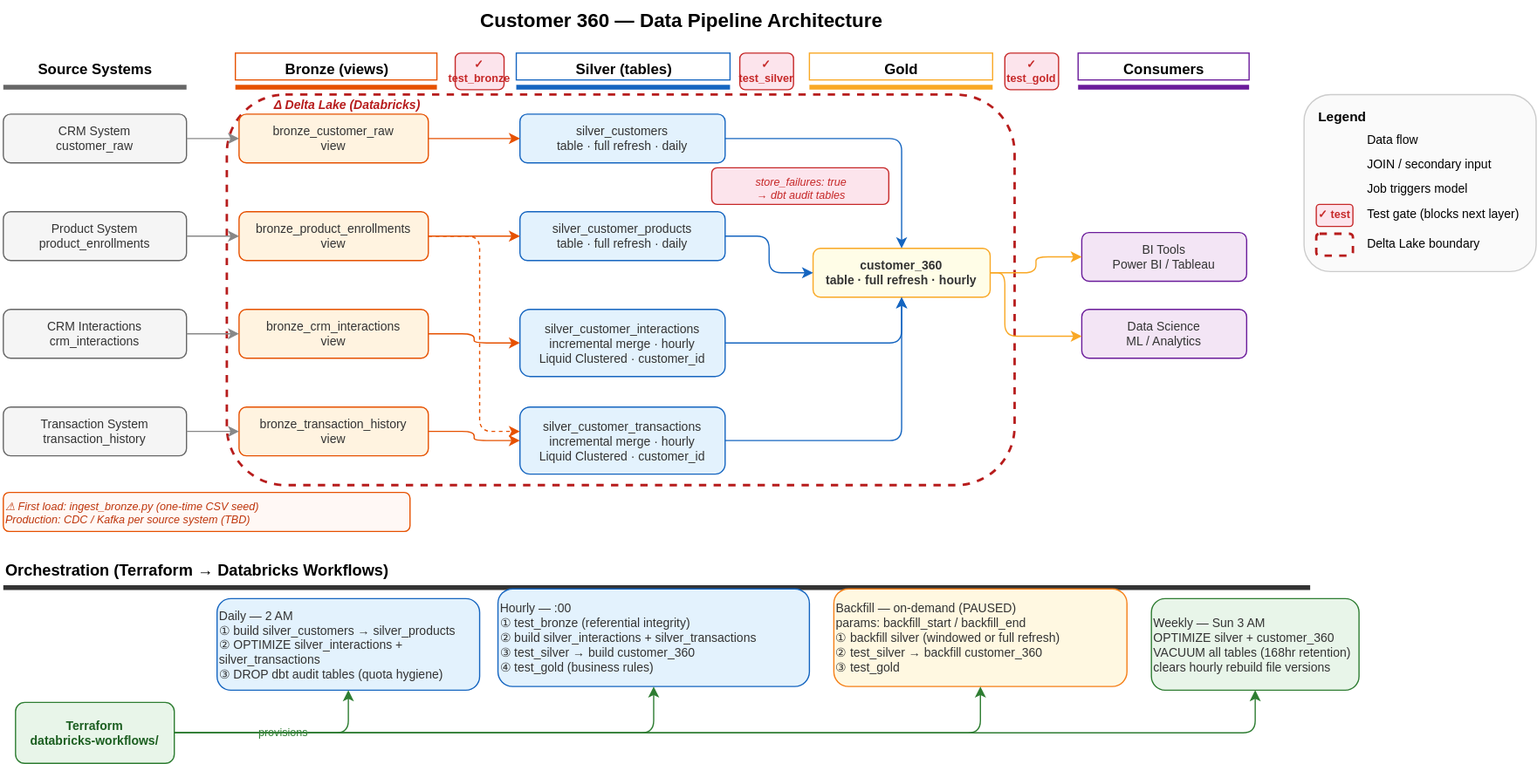
thanhbui221/tymex keeps this draw.io diagram as docs/architecture.svg. Above is the earlier version. Source tidied: cells renumbered, new cells last; positions are measured from the earlier drawing's top-left corner, leaving out a move shared by most shapes.
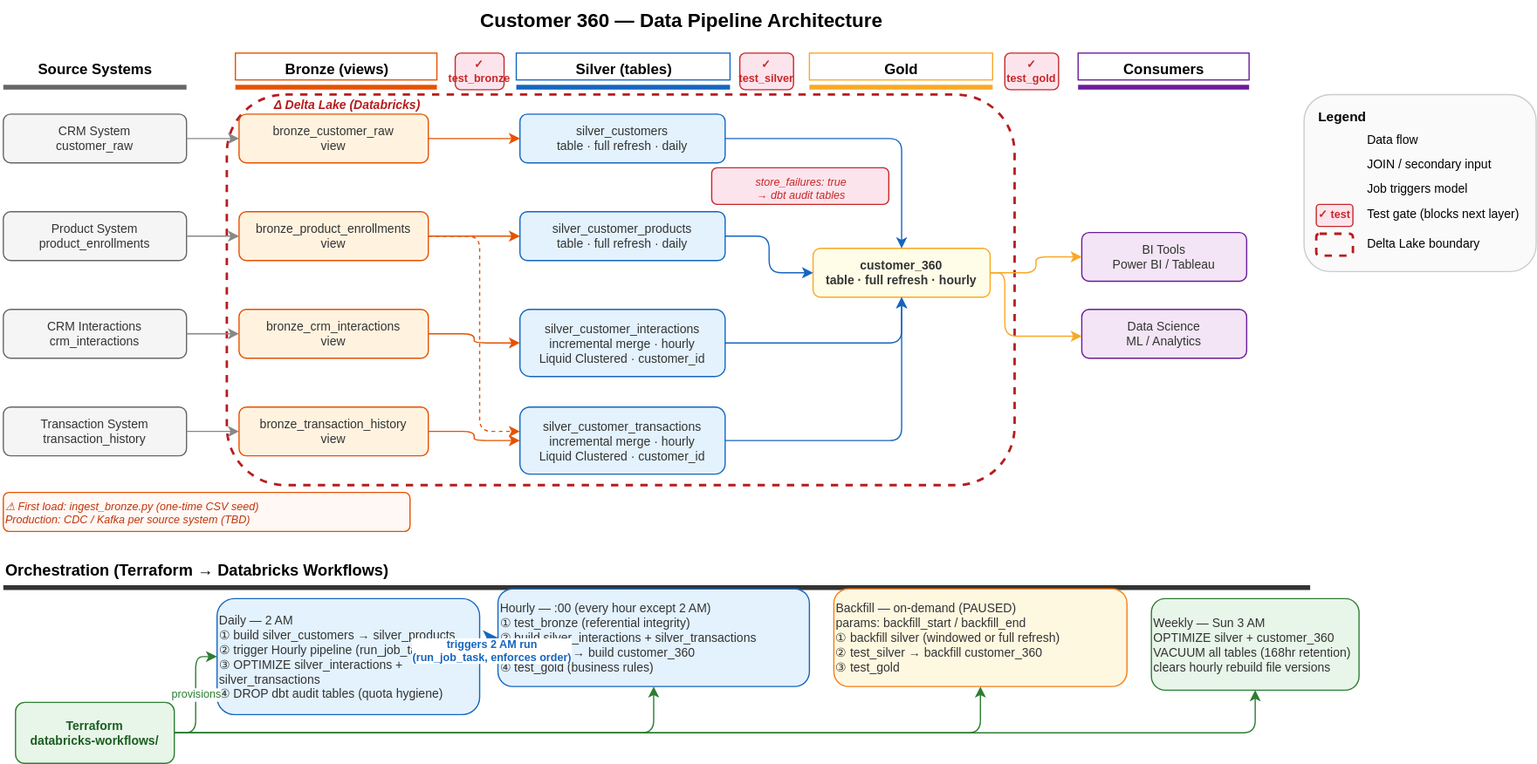
The same diagram one commit later.

What changed in the source:
```diff
@@ -165,10 +165,10 @@
     <mxCell id="52" value="Terraform&#10;databricks-workflows/" style="rounded=1;whiteSpace=wrap;html=1;fillColor=#e8f5e9;strokeColor=#2e7d32;fontColor=#1b5e20;fontStyle=1;fontSize=10;" parent="1" vertex="1">
       <mxGeometry x="10" y="575" width="130" height="50" as="geometry" />
     </mxCell>
-    <mxCell id="53" value="Daily — 2 AM&#10;① build silver_customers → silver_products&#10;② OPTIMIZE silver_interactions + silver_transactions&#10;③ DROP dbt audit tables (quota hygiene)" style="rounded=1;whiteSpace=wrap;html=1;fillColor=#e3f2fd;strokeColor=#1565c0;fontColor=#333333;fontSize=10;align=left;" parent="1" vertex="1">
-      <mxGeometry x="175" y="490" width="215" height="75" as="geometry" />
+    <mxCell id="53" value="Daily — 2 AM&#10;① build silver_customers → silver_products&#10;② trigger Hourly pipeline (run_job_task, waits)&#10;③ OPTIMIZE silver_interactions + silver_transactions&#10;④ DROP dbt audit tables (quota hygiene)" style="rounded=1;whiteSpace=wrap;html=1;fillColor=#e3f2fd;strokeColor=#1565c0;fontColor=#333333;fontSize=10;align=left;" parent="1" vertex="1">
+      <mxGeometry x="175" y="490" width="215" height="95" as="geometry" />
     </mxCell>
-    <mxCell id="54" value="Hourly — :00&#10;① test_bronze (referential integrity)&#10;② build silver_interactions + silver_transactions&#10;③ test_silver → build customer_360&#10;④ test_gold (business rules)" style="rounded=1;whiteSpace=wrap;html=1;fillColor=#e3f2fd;strokeColor=#1565c0;fontColor=#333333;fontSize=10;align=left;" parent="1" vertex="1">
+    <mxCell id="54" value="Hourly — :00 (every hour except 2 AM)&#10;① test_bronze (referential integrity)&#10;② build silver_interactions + silver_transactions&#10;③ test_silver → build customer_360&#10;④ test_gold (business rules)" style="rounded=1;whiteSpace=wrap;html=1;fillColor=#e3f2fd;strokeColor=#1565c0;fontColor=#333333;fontSize=10;align=left;" parent="1" vertex="1">
       <mxGeometry x="405" y="482" width="255" height="80" as="geometry" />
     </mxCell>
     <mxCell id="55" value="Backfill — on-demand (PAUSED)&#10;params: backfill_start / backfill_end&#10;① backfill silver (windowed or full refresh)&#10;② test_silver → backfill customer_360&#10;③ test_gold" style="rounded=1;whiteSpace=wrap;html=1;fillColor=#fff8e1;strokeColor=#f57f17;fontColor=#333333;fontSize=10;align=left;" parent="1" vertex="1">
@@ -189,6 +189,9 @@
     <mxCell id="60" style="edgeStyle=orthogonalEdgeStyle;html=1;strokeColor=#2e7d32;" parent="1" edge="1" source="52" target="56">
       <mxGeometry relative="1" as="geometry" />
     </mxCell>
+    <mxCell id="73" value="triggers 2 AM run&#10;(run_job_task, enforces order)" style="edgeStyle=orthogonalEdgeStyle;html=1;strokeColor=#1565c0;strokeWidth=2;dashed=1;fontSize=9;fontColor=#1565c0;fontStyle=1;" parent="1" edge="1" source="53" target="54">
+      <mxGeometry relative="1" as="geometry" />
+    </mxCell>
     <mxCell id="61" style="rounded=1;strokeColor=#cccccc;fillColor=#fafafa;" parent="1" vertex="1">
       <mxGeometry x="1065" y="77" width="190" height="145" as="geometry" />
     </mxCell>
```
